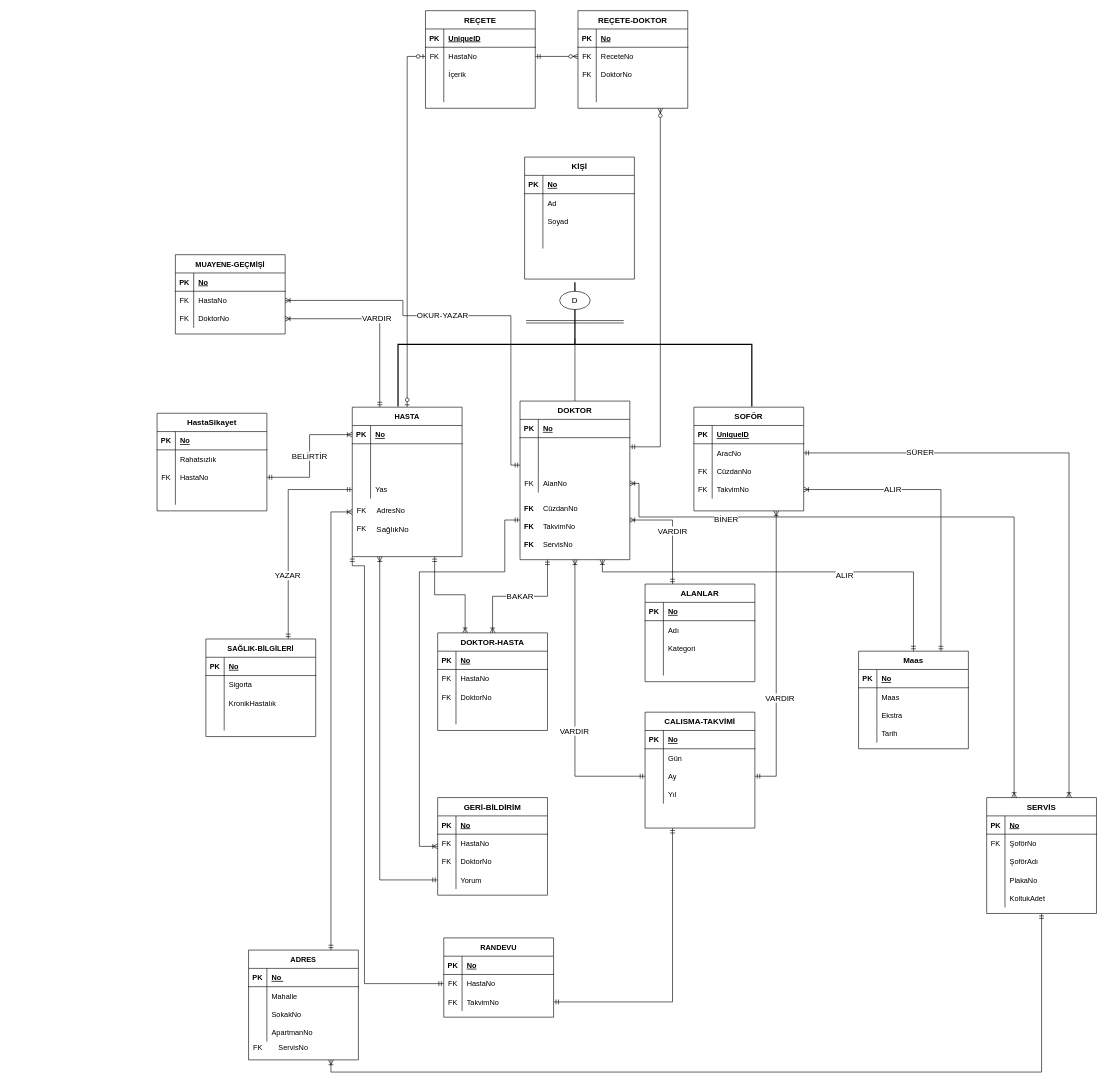
derleyici/DatabaseManagementSystems keeps this draw.io diagram as Untitled Diagram.drawio. Above is the earlier version. Source tidied: cells renumbered, new cells numbered last; positions are measured from the earlier drawing's top-left corner, leaving out a move shared by most shapes. Both pictures are drawn from the tidied source at 61%, with x=0, y=0 at pixel (157, 10).
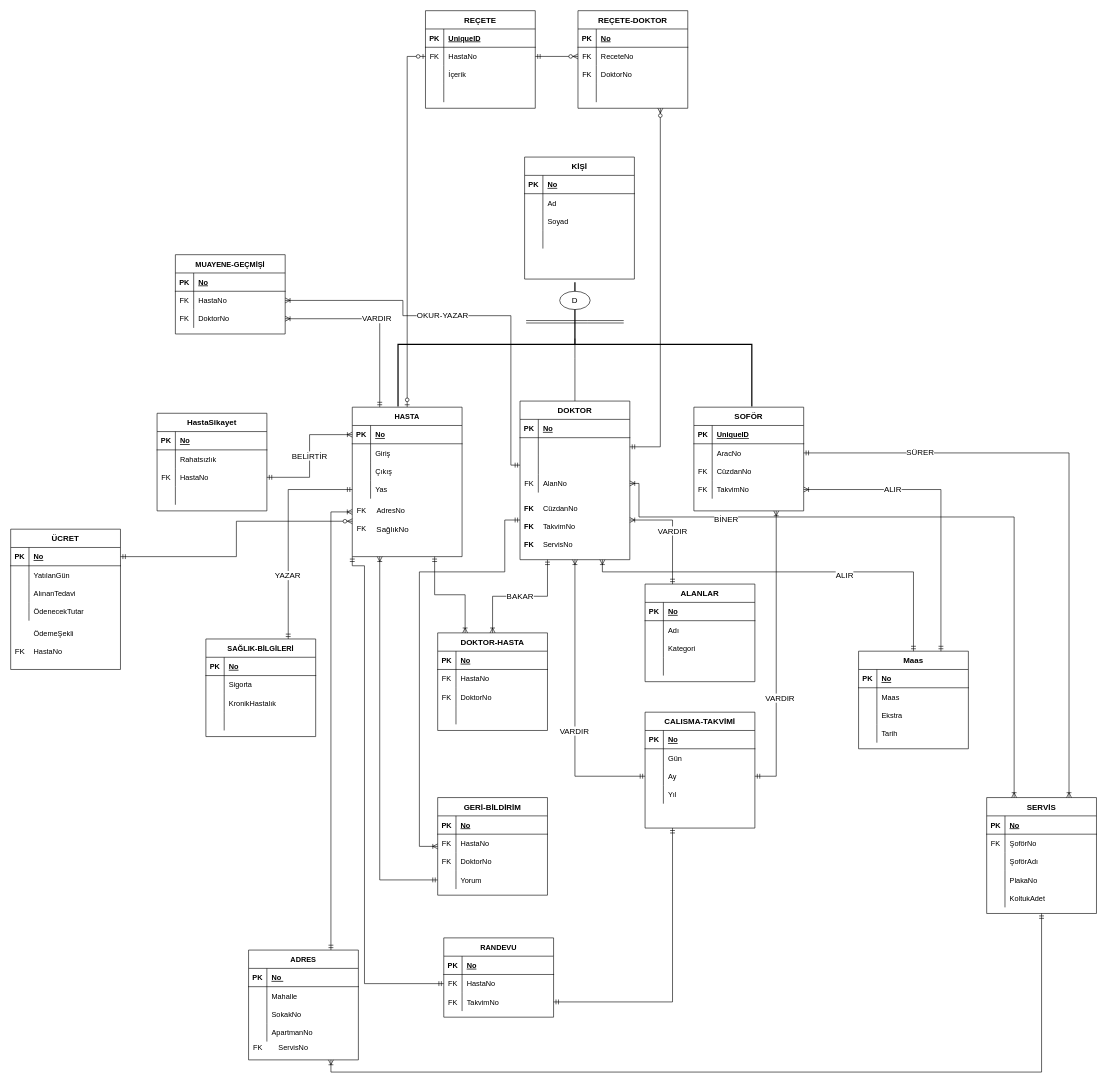
Above is the later version.

The change refers to these unchanged cells:
```xml
<mxCell id="10" style="shape=partialRectangle;fillColor=none;top=0;left=0;bottom=0;right=0;" parent="6" vertex="1">
  <mxGeometry y="60" width="180" height="30" as="geometry" />
</mxCell>
<mxCell id="13" style="shape=partialRectangle;fillColor=none;top=0;left=0;bottom=0;right=0;" parent="6" vertex="1">
  <mxGeometry y="90" width="180" height="30" as="geometry" />
</mxCell>
<mxCell id="20" value="FK" style="text;html=1;align=center;verticalAlign=middle;points=[];" parent="1" vertex="1">
  <mxGeometry x="320" y="840" width="30" height="20" as="geometry" />
</mxCell>
```

The edit, as a diff of the source:
```diff
@@
-    <mxCell id="12" style="shape=partialRectangle;fillColor=none;top=0;left=0;bottom=0;right=0;align=left;spacingLeft=6;overflow=hidden;" parent="10" vertex="1">
+    <mxCell id="12" value="Giriş" style="shape=partialRectangle;fillColor=none;top=0;left=0;bottom=0;right=0;align=left;spacingLeft=6;overflow=hidden;" parent="10" vertex="1">
       <mxGeometry x="30" width="150" height="30" as="geometry" />
     </mxCell>
@@
-    <mxCell id="15" style="shape=partialRectangle;fillColor=none;top=0;left=0;bottom=0;right=0;align=left;spacingLeft=6;overflow=hidden;" parent="13" vertex="1">
+    <mxCell id="15" value="Çıkış" style="shape=partialRectangle;fillColor=none;top=0;left=0;bottom=0;right=0;align=left;spacingLeft=6;overflow=hidden;" parent="13" vertex="1">
       <mxGeometry x="30" width="150" height="30" as="geometry" />
     </mxCell>
@@
+    <mxCell id="266" value="ÜCRET" style="shape=table;startSize=30;childLayout=tableLayout;rowLines=0;fontStyle=1;align=center;fontSize=13;" parent="1" vertex="1">
+      <mxGeometry x="-240" y="850" width="180" height="230" as="geometry" />
+    </mxCell>
+    <mxCell id="267" style="shape=partialRectangle;fillColor=none;top=0;left=0;bottom=1;right=0;points=[[0,0.5],[1,0.5]];portConstraint=eastwest;" parent="266" vertex="1">
+      <mxGeometry y="30" width="180" height="30" as="geometry" />
+    </mxCell>
+    <mxCell id="268" value="PK" style="shape=partialRectangle;fillColor=none;top=0;left=0;bottom=0;right=0;fontStyle=1;overflow=hidden;" parent="267" vertex="1">
+      <mxGeometry width="30" height="30" as="geometry" />
+    </mxCell>
+    <mxCell id="269" value="No" style="shape=partialRectangle;fillColor=none;top=0;left=0;bottom=0;right=0;align=left;spacingLeft=6;fontStyle=5;overflow=hidden;" parent="267" vertex="1">
+      <mxGeometry x="30" width="150" height="30" as="geometry" />
+    </mxCell>
+    <mxCell id="270" style="shape=partialRectangle;fillColor=none;top=0;left=0;bottom=0;right=0;" parent="266" vertex="1">
+      <mxGeometry y="60" width="180" height="30" as="geometry" />
+    </mxCell>
+    <mxCell id="271" style="shape=partialRectangle;fillColor=none;top=0;left=0;bottom=0;right=0;overflow=hidden;" parent="270" vertex="1">
+      <mxGeometry width="30" height="30" as="geometry" />
+    </mxCell>
+    <mxCell id="272" value="YatılanGün" style="shape=partialRectangle;fillColor=none;top=0;left=0;bottom=0;right=0;align=left;spacingLeft=6;overflow=hidden;" parent="270" vertex="1">
+      <mxGeometry x="30" width="150" height="30" as="geometry" />
+    </mxCell>
+    <mxCell id="273" style="shape=partialRectangle;fillColor=none;top=0;left=0;bottom=0;right=0;" parent="266" vertex="1">
+      <mxGeometry y="90" width="180" height="30" as="geometry" />
+    </mxCell>
+    <mxCell id="274" style="shape=partialRectangle;fillColor=none;top=0;left=0;bottom=0;right=0;overflow=hidden;" parent="273" vertex="1">
+      <mxGeometry width="30" height="30" as="geometry" />
+    </mxCell>
+    <mxCell id="275" value="AlınanTedavi" style="shape=partialRectangle;fillColor=none;top=0;left=0;bottom=0;right=0;align=left;spacingLeft=6;overflow=hidden;" parent="273" vertex="1">
+      <mxGeometry x="30" width="150" height="30" as="geometry" />
+    </mxCell>
+    <mxCell id="276" style="shape=partialRectangle;fillColor=none;top=0;left=0;bottom=0;right=0;" parent="266" vertex="1">
+      <mxGeometry y="120" width="180" height="30" as="geometry" />
+    </mxCell>
+    <mxCell id="277" style="shape=partialRectangle;fillColor=none;top=0;left=0;bottom=0;right=0;overflow=hidden;" parent="276" vertex="1">
+      <mxGeometry width="30" height="30" as="geometry" />
+    </mxCell>
+    <mxCell id="278" value="ÖdenecekTutar" style="shape=partialRectangle;fillColor=none;top=0;left=0;bottom=0;right=0;align=left;spacingLeft=6;overflow=hidden;" parent="276" vertex="1">
+      <mxGeometry x="30" width="150" height="30" as="geometry" />
+    </mxCell>
+    <mxCell id="279" value="ÖdemeŞekli" style="shape=partialRectangle;fillColor=none;top=0;left=0;bottom=0;right=0;align=left;spacingLeft=6;overflow=hidden;" parent="1" vertex="1">
+      <mxGeometry x="-210" y="1005" width="150" height="30" as="geometry" />
+    </mxCell>
+    <mxCell id="280" style="edgeStyle=orthogonalEdgeStyle;rounded=0;jettySize=auto;html=1;exitX=1;exitY=0.5;exitDx=0;exitDy=0;entryX=0;entryY=-0.15;entryDx=0;entryDy=0;entryPerimeter=0;startArrow=ERmandOne;startFill=0;endArrow=ERzeroToMany;endFill=1;fontSize=13;" parent="1" edge="1" source="267" target="20">
+      <mxGeometry relative="1" as="geometry" />
+    </mxCell>
+    <mxCell id="281" value="HastaNo" style="shape=partialRectangle;fillColor=none;top=0;left=0;bottom=0;right=0;align=left;spacingLeft=6;overflow=hidden;" parent="1" vertex="1">
+      <mxGeometry x="-210" y="1035" width="150" height="30" as="geometry" />
+    </mxCell>
+    <mxCell id="282" value="FK" style="text;html=1;align=center;verticalAlign=middle;fontSize=13;" parent="1" vertex="1">
+      <mxGeometry x="-240" y="1040" width="30" height="20" as="geometry" />
+    </mxCell>
```
